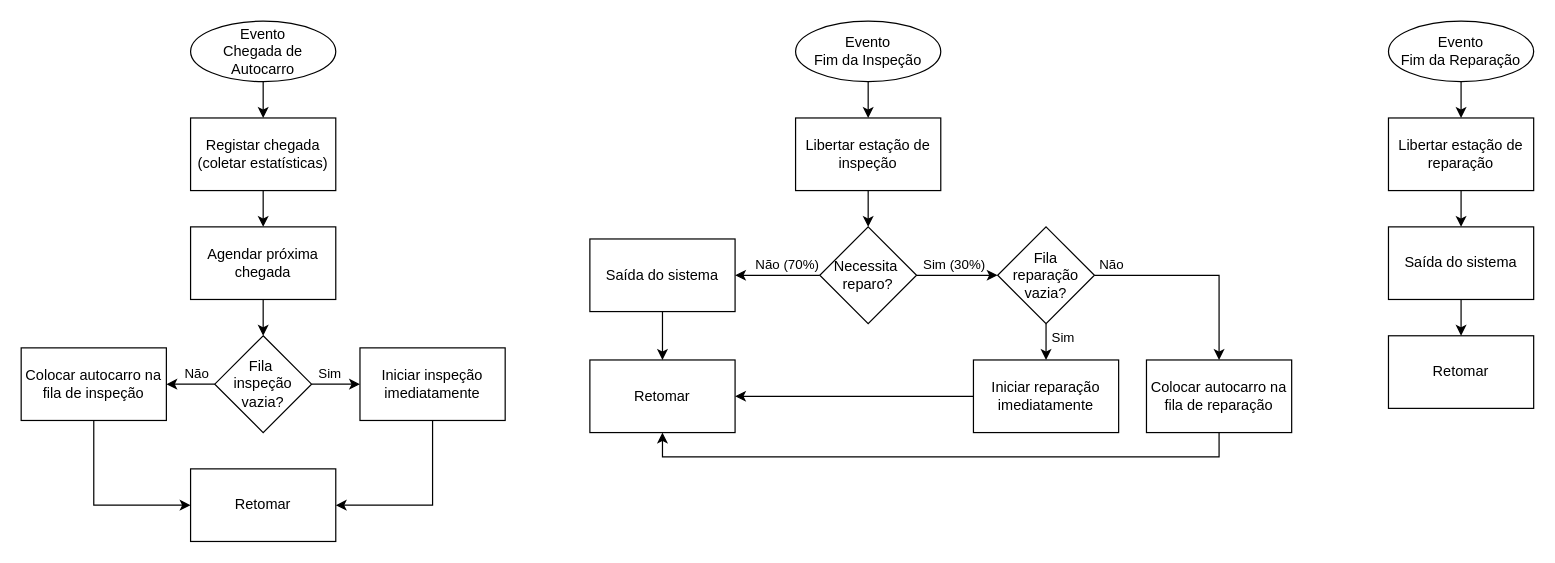
Above: page "Fluxogramas" (1 of 2) of docs/diagrams.drawio in andreaoliveira9/Projeto-SO-1-Sim (draw.io), before the change. Source tidied: cells renumbered, new cells numbered last; positions are measured from the earlier drawing's top-left corner, leaving out a move shared by most shapes. Both pictures are drawn from the tidied source at 121%, with x=0, y=0 at pixel (21, 21).
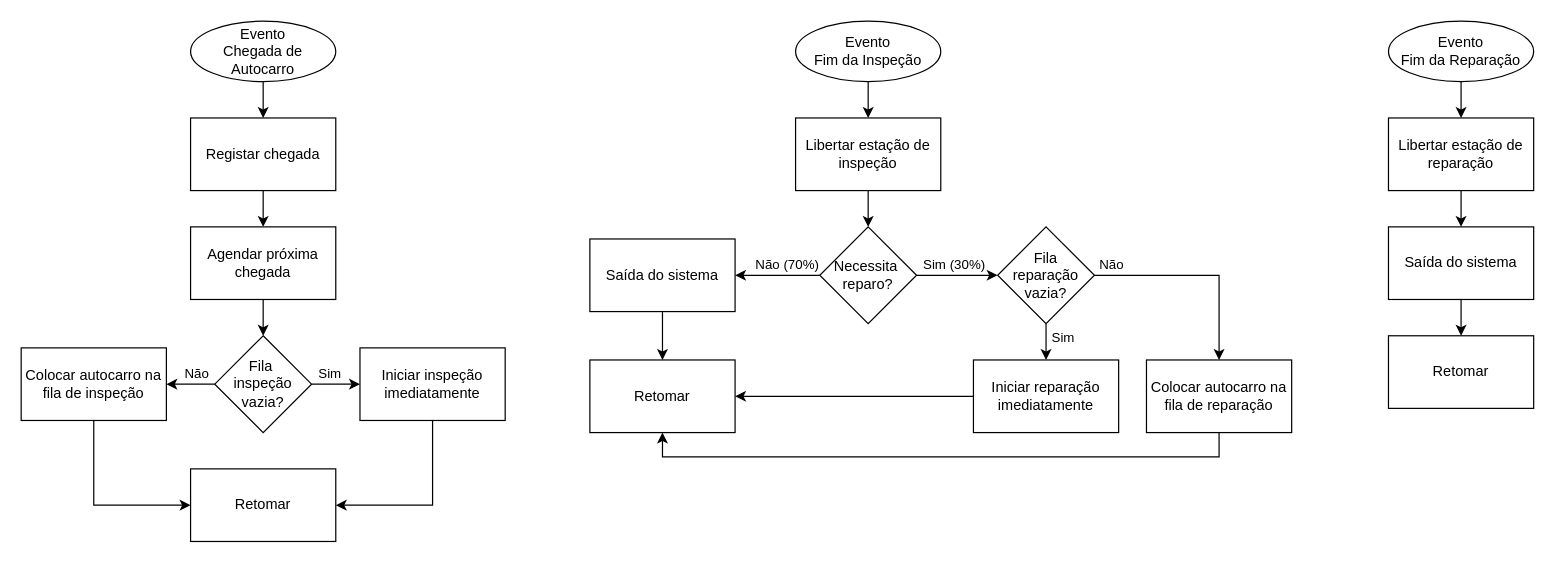
After the change.

Diff of the diagram source:
```diff
@@
-    <mxCell id="5" value="Registar chegada&lt;br&gt;(coletar estatísticas)" style="rounded=0;whiteSpace=wrap;html=1;" parent="1" vertex="1">
+    <mxCell id="5" value="Registar chegada" style="rounded=0;whiteSpace=wrap;html=1;" parent="1" vertex="1">
       <mxGeometry x="140" y="80" width="120" height="60" as="geometry" />
     </mxCell>
```
